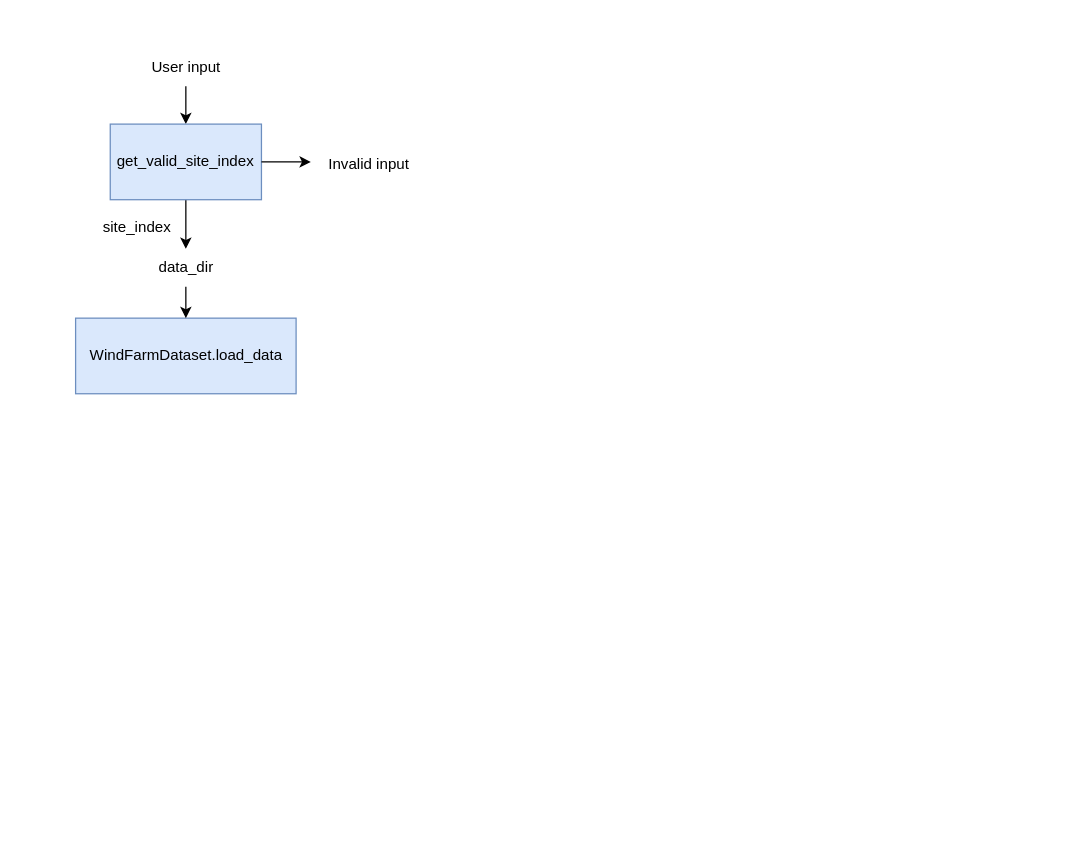
The draw.io diagram figures/diagram.drawio in DTUWindEducation/final-project-git_happens, before the edit. Source tidied: cells renumbered, new cells numbered last; positions are measured from the earlier drawing's top-left corner, leaving out a move shared by most shapes. Both pictures are drawn from the tidied source at 126%, with x=0, y=0 at pixel (74, 48).
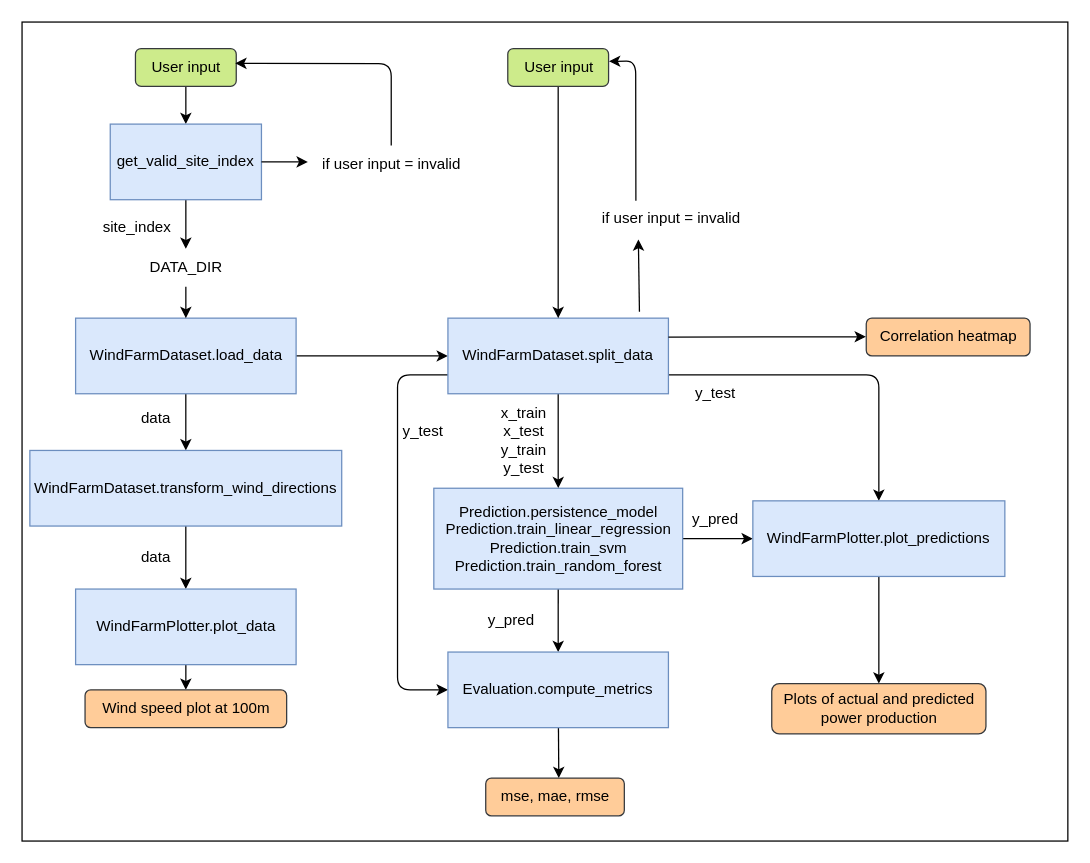
The same diagram, later.

Commit message:
add finished code architecture diagram

Unchanged cells that the change refers to:
```xml
<mxCell id="9" value="WindFarmDataset.load_data" style="whiteSpace=wrap;html=1;fillColor=#dae8fc;strokeColor=#6c8ebf;" parent="1" vertex="1">
  <mxGeometry x="0.5" y="214" width="175" height="60" as="geometry" />
</mxCell>
```

The edit, as a diff of the source:
```diff
@@
+    <mxCell id="12" style="whiteSpace=wrap;html=1;" parent="1" vertex="1">
+      <mxGeometry x="-42" y="-21" width="830" height="650" as="geometry" />
+    </mxCell>
@@
-    <mxCell id="3" value="User input" style="text;html=1;align=center;verticalAlign=middle;points=[];strokeColor=none;fillColor=none;" parent="1" vertex="1">
+    <mxCell id="3" value="User input" style="text;html=1;align=center;verticalAlign=middle;points=[];strokeColor=#36393d;fillColor=#cdeb8b;rounded=1;" parent="1" vertex="1">
       <mxGeometry x="48" width="80" height="30" as="geometry" />
     </mxCell>
@@
-    <mxCell id="6" value="Invalid input" style="text;html=1;align=center;verticalAlign=middle;points=[];strokeColor=none;fillColor=none;" parent="1" vertex="1">
-      <mxGeometry x="188" y="77" width="90" height="30" as="geometry" />
+    <mxCell id="6" value="if user input = invalid" style="text;html=1;align=center;verticalAlign=middle;points=[];strokeColor=none;fillColor=none;" parent="1" vertex="1">
+      <mxGeometry x="186" y="77" width="130" height="30" as="geometry" />
     </mxCell>
@@
+    <mxCell id="13" style="edgeStyle=none;html=1;" parent="1" edge="1" source="9" target="17">
+      <mxGeometry relative="1" as="geometry" />
+    </mxCell>
+    <mxCell id="14" style="edgeStyle=none;html=1;" parent="1" edge="1" source="9" target="26">
+      <mxGeometry relative="1" as="geometry" />
+    </mxCell>
@@
-    <mxCell id="11" value="data_dir" style="text;html=1;align=center;verticalAlign=middle;points=[];strokeColor=none;fillColor=none;" parent="1" vertex="1">
-      <mxGeometry x="53" y="159" width="70" height="30" as="geometry" />
+    <mxCell id="11" value="DATA_DIR" style="text;html=1;align=center;verticalAlign=middle;points=[];strokeColor=none;fillColor=none;" parent="1" vertex="1">
+      <mxGeometry x="48" y="159" width="80" height="30" as="geometry" />
     </mxCell>
+    <mxCell id="15" style="edgeStyle=none;html=1;entryX=0.99;entryY=0.393;entryDx=0;entryDy=0;entryPerimeter=0;" parent="1" edge="1" source="6" target="3">
+      <mxGeometry relative="1" as="geometry">
+        <Array as="points">
+          <mxPoint x="251" y="12" />
+        </Array>
+      </mxGeometry>
+    </mxCell>
+    <mxCell id="16" style="edgeStyle=none;html=1;" parent="1" edge="1" source="17" target="21">
+      <mxGeometry relative="1" as="geometry" />
+    </mxCell>
+    <mxCell id="17" value="WindFarmDataset.transform_wind_directions" style="whiteSpace=wrap;html=1;fillColor=#dae8fc;strokeColor=#6c8ebf;" parent="1" vertex="1">
+      <mxGeometry x="-35.8" y="319" width="247.5" height="60" as="geometry" />
+    </mxCell>
+    <mxCell id="18" value="data" style="text;html=1;align=center;verticalAlign=middle;strokeColor=none;fillColor=none;" parent="1" vertex="1">
+      <mxGeometry x="39" y="279" width="50" height="30" as="geometry" />
+    </mxCell>
+    <mxCell id="19" value="data" style="text;html=1;align=center;verticalAlign=middle;strokeColor=none;fillColor=none;" parent="1" vertex="1">
+      <mxGeometry x="39" y="389" width="50" height="30" as="geometry" />
+    </mxCell>
+    <mxCell id="20" style="edgeStyle=none;html=1;" parent="1" edge="1" source="21" target="22">
+      <mxGeometry relative="1" as="geometry" />
+    </mxCell>
+    <mxCell id="21" value="WindFarmPlotter.plot_data" style="whiteSpace=wrap;html=1;fillColor=#dae8fc;strokeColor=#6c8ebf;" parent="1" vertex="1">
+      <mxGeometry x="0.5" y="429" width="175" height="60" as="geometry" />
+    </mxCell>
+    <mxCell id="22" value="Wind speed plot at 100m" style="text;html=1;align=center;verticalAlign=middle;points=[];strokeColor=#36393d;fillColor=#ffcc99;rounded=1;" parent="1" vertex="1">
+      <mxGeometry x="8" y="509" width="160" height="30" as="geometry" />
+    </mxCell>
+    <mxCell id="23" style="edgeStyle=none;html=1;" parent="1" edge="1" source="26" target="32">
+      <mxGeometry relative="1" as="geometry" />
+    </mxCell>
+    <mxCell id="24" style="edgeStyle=none;html=1;entryX=0;entryY=0.5;entryDx=0;entryDy=0;exitX=0;exitY=0.75;exitDx=0;exitDy=0;" parent="1" edge="1" source="26" target="35">
+      <mxGeometry relative="1" as="geometry">
+        <Array as="points">
+          <mxPoint x="256" y="259" />
+          <mxPoint x="256" y="509" />
+        </Array>
+      </mxGeometry>
+    </mxCell>
+    <mxCell id="25" style="edgeStyle=none;html=1;entryX=0.5;entryY=0;entryDx=0;entryDy=0;exitX=1;exitY=0.75;exitDx=0;exitDy=0;" parent="1" edge="1" source="26" target="40">
+      <mxGeometry relative="1" as="geometry">
+        <Array as="points">
+          <mxPoint x="638" y="259" />
+        </Array>
+      </mxGeometry>
+    </mxCell>
+    <mxCell id="26" value="WindFarmDataset.split_data" style="whiteSpace=wrap;html=1;fillColor=#dae8fc;strokeColor=#6c8ebf;" parent="1" vertex="1">
+      <mxGeometry x="296" y="214" width="175" height="60" as="geometry" />
+    </mxCell>
+    <mxCell id="27" style="edgeStyle=none;html=1;entryX=0.5;entryY=0;entryDx=0;entryDy=0;" parent="1" edge="1" source="28" target="26">
+      <mxGeometry relative="1" as="geometry" />
+    </mxCell>
+    <mxCell id="28" value="User input" style="text;html=1;align=center;verticalAlign=middle;points=[];strokeColor=#36393d;fillColor=#cdeb8b;rounded=1;" parent="1" vertex="1">
+      <mxGeometry x="343.5" width="80" height="30" as="geometry" />
+    </mxCell>
+    <mxCell id="29" value="Correlation heatmap" style="text;html=1;align=center;verticalAlign=middle;points=[];strokeColor=#36393d;fillColor=#ffcc99;rounded=1;" parent="1" vertex="1">
+      <mxGeometry x="628" y="214" width="130" height="30" as="geometry" />
+    </mxCell>
+    <mxCell id="30" style="edgeStyle=none;html=1;" parent="1" edge="1" source="32" target="35">
+      <mxGeometry relative="1" as="geometry" />
+    </mxCell>
+    <mxCell id="31" style="edgeStyle=none;html=1;" parent="1" edge="1" source="32" target="40">
+      <mxGeometry relative="1" as="geometry" />
+    </mxCell>
+    <mxCell id="32" value="Prediction.persistence_model&lt;div&gt;&lt;font color=&quot;#000000&quot;&gt;Prediction.train_linear_regression&lt;/font&gt;&lt;/div&gt;&lt;div&gt;&lt;font color=&quot;#000000&quot;&gt;Prediction.train_svm&lt;br&gt;&lt;/font&gt;&lt;div&gt;&lt;div&gt;&lt;div&gt;Prediction.train_random_forest&lt;/div&gt;&lt;/div&gt;&lt;/div&gt;&lt;/div&gt;" style="whiteSpace=wrap;html=1;fillColor=#dae8fc;strokeColor=#6c8ebf;" parent="1" vertex="1">
+      <mxGeometry x="284.8" y="349" width="197.5" height="80" as="geometry" />
+    </mxCell>
+    <mxCell id="33" value="x_train&lt;div&gt;x_test&lt;/div&gt;&lt;div&gt;y_train&lt;/div&gt;&lt;div&gt;y_test&lt;/div&gt;" style="text;html=1;align=center;verticalAlign=middle;strokeColor=none;fillColor=none;" parent="1" vertex="1">
+      <mxGeometry x="326" y="276" width="60" height="70" as="geometry" />
+    </mxCell>
+    <mxCell id="34" style="edgeStyle=none;html=1;" parent="1" edge="1" source="35">
+      <mxGeometry relative="1" as="geometry">
+        <mxPoint x="384" y="579" as="targetPoint" />
+      </mxGeometry>
+    </mxCell>
+    <mxCell id="35" value="Evaluation.compute_metrics" style="whiteSpace=wrap;html=1;fillColor=#dae8fc;strokeColor=#6c8ebf;" parent="1" vertex="1">
+      <mxGeometry x="296" y="479" width="175" height="60" as="geometry" />
+    </mxCell>
+    <mxCell id="36" value="y_pred" style="text;html=1;align=center;verticalAlign=middle;strokeColor=none;fillColor=none;" parent="1" vertex="1">
+      <mxGeometry x="316" y="439" width="60" height="30" as="geometry" />
+    </mxCell>
+    <mxCell id="37" value="y_test" style="text;html=1;align=center;verticalAlign=middle;strokeColor=none;fillColor=none;" parent="1" vertex="1">
+      <mxGeometry x="246" y="289" width="60" height="30" as="geometry" />
+    </mxCell>
+    <mxCell id="38" value="mse, mae, rmse" style="text;html=1;align=center;verticalAlign=middle;strokeColor=#36393d;fillColor=#ffcc99;rounded=1;" parent="1" vertex="1">
+      <mxGeometry x="326" y="579" width="110" height="30" as="geometry" />
+    </mxCell>
+    <mxCell id="39" style="edgeStyle=none;html=1;" parent="1" edge="1" source="40" target="43">
+      <mxGeometry relative="1" as="geometry" />
+    </mxCell>
+    <mxCell id="40" value="WindFarmPlotter.plot_predictions" style="whiteSpace=wrap;html=1;fillColor=#dae8fc;strokeColor=#6c8ebf;" parent="1" vertex="1">
+      <mxGeometry x="538" y="359" width="200" height="60" as="geometry" />
+    </mxCell>
+    <mxCell id="41" value="y_test" style="text;html=1;align=center;verticalAlign=middle;strokeColor=none;fillColor=none;" parent="1" vertex="1">
+      <mxGeometry x="478" y="259" width="60" height="30" as="geometry" />
+    </mxCell>
+    <mxCell id="42" value="y_pred" style="text;html=1;align=center;verticalAlign=middle;strokeColor=none;fillColor=none;" parent="1" vertex="1">
+      <mxGeometry x="478" y="359" width="60" height="30" as="geometry" />
+    </mxCell>
+    <mxCell id="43" value="Plots of actual and predicted&lt;div&gt;power production&lt;/div&gt;" style="text;html=1;align=center;verticalAlign=middle;points=[];strokeColor=#36393d;fillColor=#ffcc99;rounded=1;" parent="1" vertex="1">
+      <mxGeometry x="553" y="504" width="170" height="40" as="geometry" />
+    </mxCell>
+    <mxCell id="44" style="edgeStyle=none;html=1;entryX=-0.002;entryY=0.492;entryDx=0;entryDy=0;entryPerimeter=0;exitX=1;exitY=0.25;exitDx=0;exitDy=0;" parent="1" edge="1" source="26" target="29">
+      <mxGeometry relative="1" as="geometry" />
+    </mxCell>
+    <mxCell id="45" value="if user input = invalid" style="text;html=1;align=center;verticalAlign=middle;points=[];strokeColor=none;fillColor=none;" parent="1" vertex="1">
+      <mxGeometry x="408" y="120" width="130" height="30" as="geometry" />
+    </mxCell>
+    <mxCell id="46" style="edgeStyle=none;html=1;entryX=0.301;entryY=1.05;entryDx=0;entryDy=0;entryPerimeter=0;" parent="1" edge="1" target="45">
+      <mxGeometry relative="1" as="geometry">
+        <mxPoint x="448" y="209" as="sourcePoint" />
+      </mxGeometry>
+    </mxCell>
+    <mxCell id="47" style="edgeStyle=none;html=1;entryX=1.004;entryY=0.339;entryDx=0;entryDy=0;entryPerimeter=0;exitX=0.286;exitY=0.028;exitDx=0;exitDy=0;exitPerimeter=0;" parent="1" edge="1" source="45" target="28">
+      <mxGeometry relative="1" as="geometry">
+        <Array as="points">
+          <mxPoint x="445" y="10" />
+        </Array>
+      </mxGeometry>
+    </mxCell>
```
